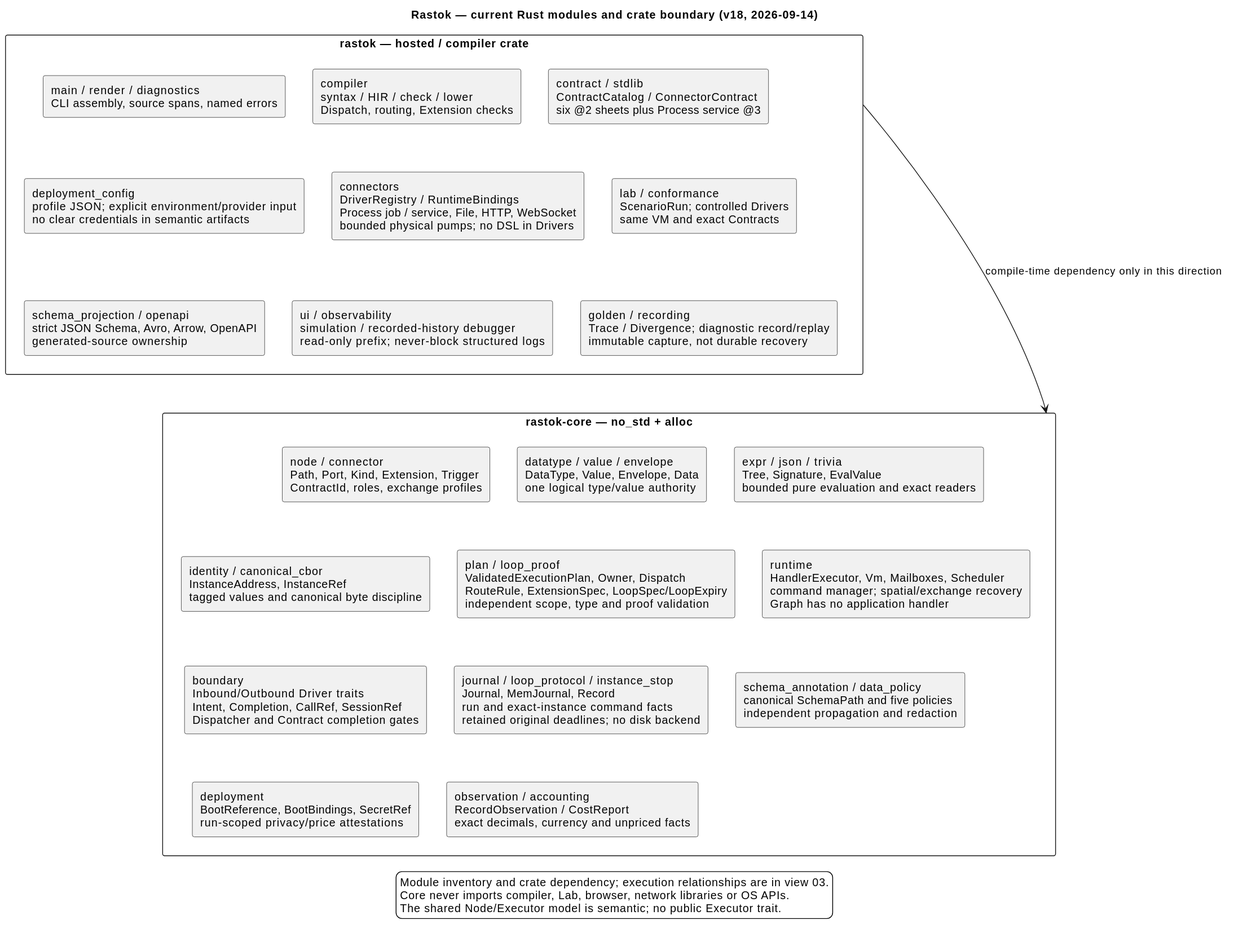
Before: docs/architecture/06-rastok-modules-overview.svg, a diagram exported from PlantUML (rastok-io/rastok).
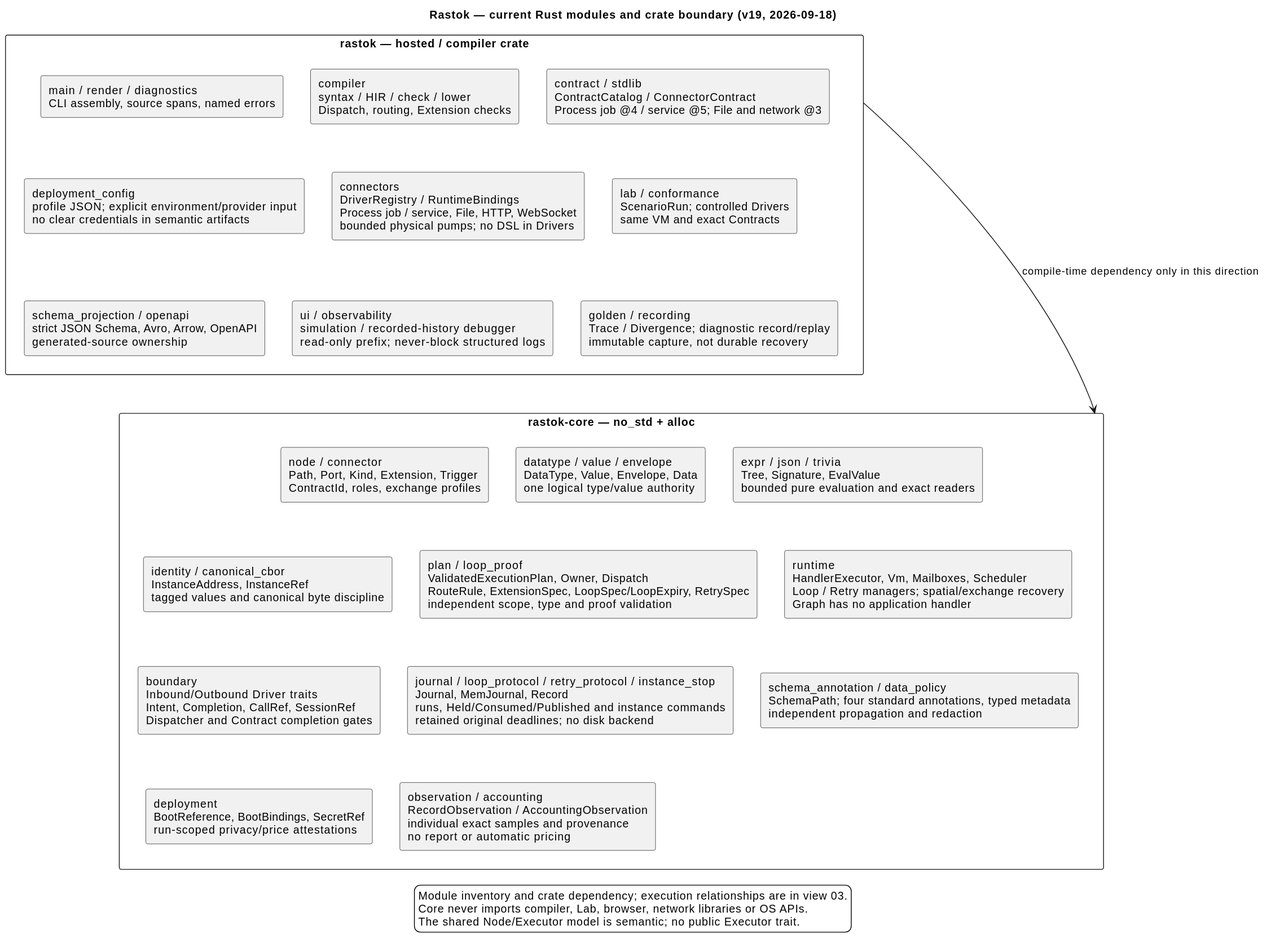
Above is the later version.

The edit, as a diff of the source:
```diff
@@ -3,12 +3,12 @@
 skinparam shadowing false
 skinparam packageStyle rectangle
 top to bottom direction
-title Rastok — current Rust modules and crate boundary (v18, 2026-09-14)
+title Rastok — current Rust modules and crate boundary (v19, 2026-09-18)
 
 package "rastok — hosted / compiler crate" as HOSTED {
   rectangle "main / render / diagnostics\nCLI assembly, source spans, named errors" as ENTRY
   rectangle "compiler\nsyntax / HIR / check / lower\nDispatch, routing, Extension checks" as COMP
-  rectangle "contract / stdlib\nContractCatalog / ConnectorContract\nsix @2 sheets plus Process service @3" as CATALOG
+  rectangle "contract / stdlib\nContractCatalog / ConnectorContract\nProcess job @4 / service @5; File and network @3" as CATALOG
   rectangle "schema_projection / openapi\nstrict JSON Schema, Avro, Arrow, OpenAPI\ngenerated-source ownership" as SCHEMA
   rectangle "connectors\nDriverRegistry / RuntimeBindings\nProcess job / service, File, HTTP, WebSocket\nbounded physical pumps; no DSL in Drivers" as DRIVERS
   rectangle "deployment_config\nprofile JSON; explicit environment/provider input\nno clear credentials in semantic artifacts" as CONFIG
@@ -22,13 +22,13 @@
   rectangle "datatype / value / envelope\nDataType, Value, Envelope, Data\none logical type/value authority" as DATA
   rectangle "expr / json / trivia\nTree, Signature, EvalValue\nbounded pure evaluation and exact readers" as EXPR
   rectangle "identity / canonical_cbor\nInstanceAddress, InstanceRef\ntagged values and canonical byte discipline" as IDENTITY
-  rectangle "plan / loop_proof\nValidatedExecutionPlan, Owner, Dispatch\nRouteRule, ExtensionSpec, LoopSpec/LoopExpiry\nindependent scope, type and proof validation" as PLAN
-  rectangle "runtime\nHandlerExecutor, Vm, Mailboxes, Scheduler\ncommand manager; spatial/exchange recovery\nGraph has no application handler" as VM
+  rectangle "plan / loop_proof\nValidatedExecutionPlan, Owner, Dispatch\nRouteRule, ExtensionSpec, LoopSpec/LoopExpiry, RetrySpec\nindependent scope, type and proof validation" as PLAN
+  rectangle "runtime\nHandlerExecutor, Vm, Mailboxes, Scheduler\nLoop / Retry managers; spatial/exchange recovery\nGraph has no application handler" as VM
   rectangle "boundary\nInbound/Outbound Driver traits\nIntent, Completion, CallRef, SessionRef\nDispatcher and Contract completion gates" as BOUNDARY
-  rectangle "journal / loop_protocol / instance_stop\nJournal, MemJournal, Record\nrun and exact-instance command facts\nretained original deadlines; no disk backend" as JOURNAL
-  rectangle "schema_annotation / data_policy\ncanonical SchemaPath and five policies\nindependent propagation and redaction" as POLICY
+  rectangle "journal / loop_protocol / retry_protocol / instance_stop\nJournal, MemJournal, Record\nruns, Held/Consumed/Published and instance commands\nretained original deadlines; no disk backend" as JOURNAL
+  rectangle "schema_annotation / data_policy\nSchemaPath; four standard annotations, typed metadata\nindependent propagation and redaction" as POLICY
   rectangle "deployment\nBootReference, BootBindings, SecretRef\nrun-scoped privacy/price attestations" as DEPLOY
-  rectangle "observation / accounting\nRecordObservation / CostReport\nexact decimals, currency and unpriced facts" as REPORT
+  rectangle "observation / accounting\nRecordObservation / AccountingObservation\nindividual exact samples and provenance\nno report or automatic pricing" as REPORT
 }
 
 ENTRY -[hidden]right-> COMP
```
